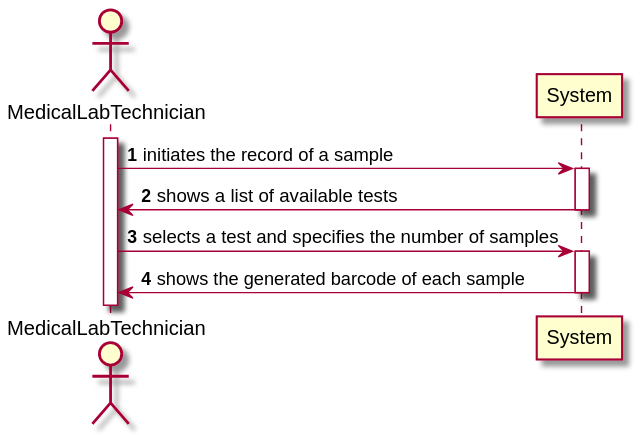
jsmarques98/LAPR2-ISEP keeps this PlantUML diagram as docs/SprintC/US5/US5-SSD.svg. Above is the earlier version.
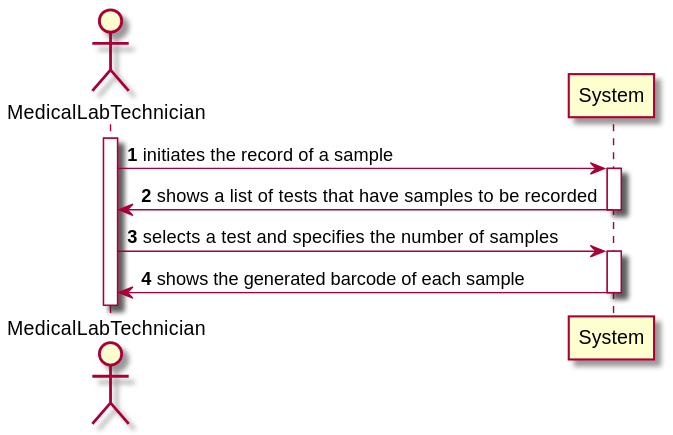
After the change.

What changed in the source:
```diff
@@ -9,7 +9,7 @@
 MLT -> SYS : initiates the record of a sample
 activate SYS
 
-SYS -> MLT : shows a list of available tests
+SYS -> MLT : shows a list of tests that have samples to be recorded
 deactivate SYS
 
 MLT -> SYS : selects a test and specifies the number of samples
```
